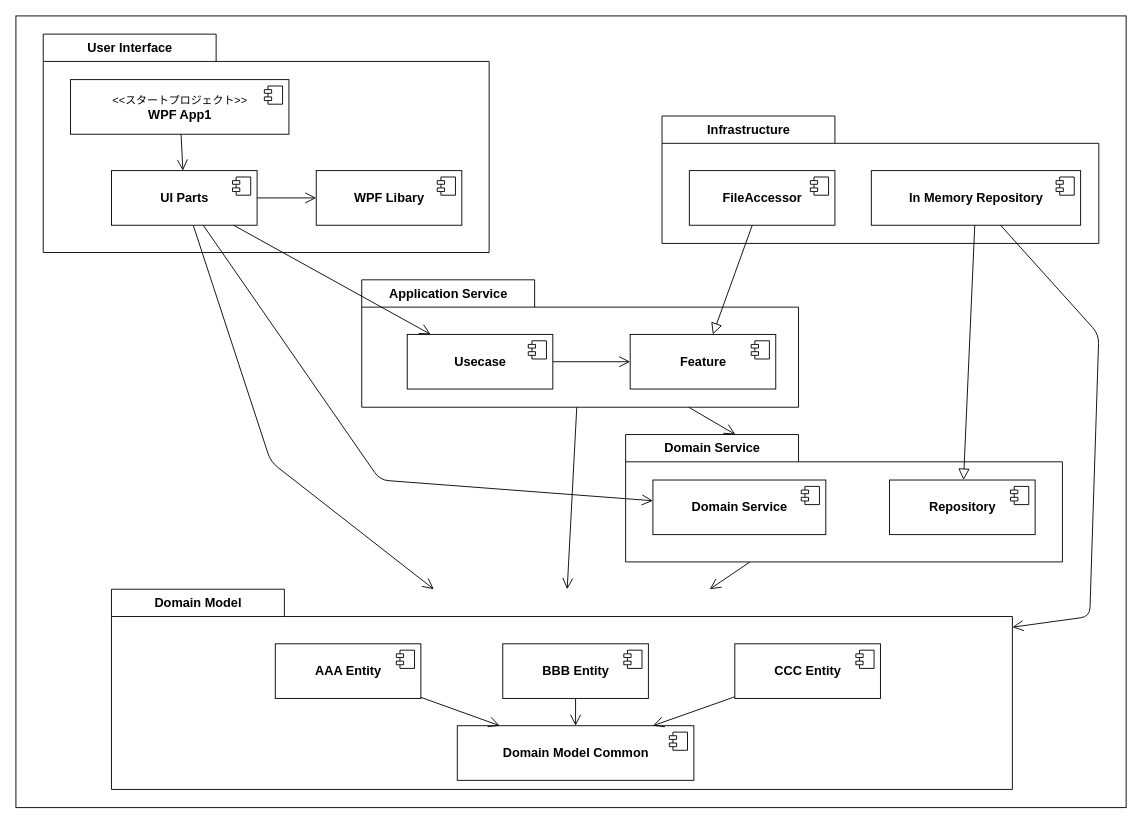
Before: page "コンポーネント設計" (3 of 23) of Documents/Design/Figures.drawio in bosssanovar/WindowsApp_Template_202404, a draw.io diagram. Source tidied: cells renumbered, new cells numbered last; positions are measured from the earlier drawing's top-left corner, leaving out a move shared by most shapes. Both pictures are drawn from the tidied source at 91%, with x=0, y=0 at pixel (15, 15).
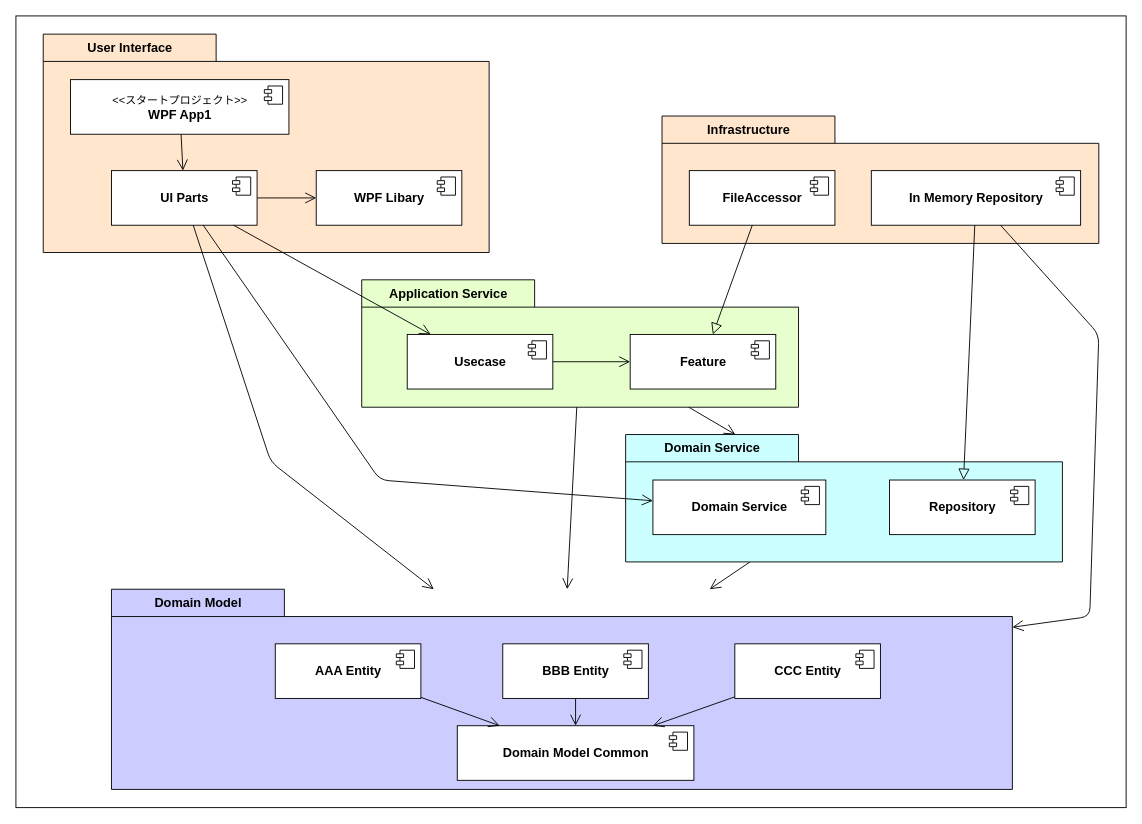
The same page after the edit.

The edit, as a diff of the source:
```diff
@@
-    <mxCell id="3" value="Domain Model" style="shape=folder;fontStyle=1;tabWidth=190;tabHeight=30;tabPosition=left;html=1;boundedLbl=1;labelInHeader=1;strokeColor=#000000;strokeWidth=1;fontSize=14;fontColor=#000000;fillColor=#FFFFFF;" parent="1" vertex="1">
+    <mxCell id="3" value="Domain Model" style="shape=folder;fontStyle=1;tabWidth=190;tabHeight=30;tabPosition=left;html=1;boundedLbl=1;labelInHeader=1;strokeColor=#000000;strokeWidth=1;fontSize=14;fontColor=#000000;fillColor=#CCCCFF;" parent="1" vertex="1">
       <mxGeometry x="105" y="630" width="990" height="220" as="geometry" />
     </mxCell>
@@
-    <mxCell id="17" value="Domain Service" style="shape=folder;fontStyle=1;tabWidth=190;tabHeight=30;tabPosition=left;html=1;boundedLbl=1;labelInHeader=1;strokeColor=#000000;strokeWidth=1;fontSize=14;fontColor=#000000;fillColor=#FFFFFF;" parent="1" vertex="1">
+    <mxCell id="17" value="Domain Service" style="shape=folder;fontStyle=1;tabWidth=190;tabHeight=30;tabPosition=left;html=1;boundedLbl=1;labelInHeader=1;strokeColor=#000000;strokeWidth=1;fontSize=14;fontColor=#000000;fillColor=#CCFFFF;" parent="1" vertex="1">
       <mxGeometry x="670" y="460" width="480" height="140" as="geometry" />
     </mxCell>
@@
-    <mxCell id="23" value="Application Service" style="shape=folder;fontStyle=1;tabWidth=190;tabHeight=30;tabPosition=left;html=1;boundedLbl=1;labelInHeader=1;strokeColor=#000000;strokeWidth=1;fontSize=14;fontColor=#000000;fillColor=#FFFFFF;" parent="1" vertex="1">
+    <mxCell id="23" value="Application Service" style="shape=folder;fontStyle=1;tabWidth=190;tabHeight=30;tabPosition=left;html=1;boundedLbl=1;labelInHeader=1;strokeColor=#000000;strokeWidth=1;fontSize=14;fontColor=#000000;fillColor=#E6FFCC;" parent="1" vertex="1">
       <mxGeometry x="380" y="290" width="480" height="140" as="geometry" />
     </mxCell>
@@
-    <mxCell id="30" value="User Interface" style="shape=folder;fontStyle=1;tabWidth=190;tabHeight=30;tabPosition=left;html=1;boundedLbl=1;labelInHeader=1;strokeColor=#000000;strokeWidth=1;fontSize=14;fontColor=#000000;fillColor=#FFFFFF;" parent="1" vertex="1">
+    <mxCell id="30" value="User Interface" style="shape=folder;fontStyle=1;tabWidth=190;tabHeight=30;tabPosition=left;html=1;boundedLbl=1;labelInHeader=1;strokeColor=#000000;strokeWidth=1;fontSize=14;fontColor=#000000;fillColor=#FFE6CC;" parent="1" vertex="1">
       <mxGeometry x="30" y="20" width="490" height="240" as="geometry" />
     </mxCell>
@@
-    <mxCell id="40" value="Infrastructure" style="shape=folder;fontStyle=1;tabWidth=190;tabHeight=30;tabPosition=left;html=1;boundedLbl=1;labelInHeader=1;strokeColor=#000000;strokeWidth=1;fontSize=14;fontColor=#000000;fillColor=#FFFFFF;" parent="1" vertex="1">
+    <mxCell id="40" value="Infrastructure" style="shape=folder;fontStyle=1;tabWidth=190;tabHeight=30;tabPosition=left;html=1;boundedLbl=1;labelInHeader=1;strokeColor=#000000;strokeWidth=1;fontSize=14;fontColor=#000000;fillColor=#FFE6CC;" parent="1" vertex="1">
       <mxGeometry x="710" y="110" width="480" height="140" as="geometry" />
     </mxCell>
```
